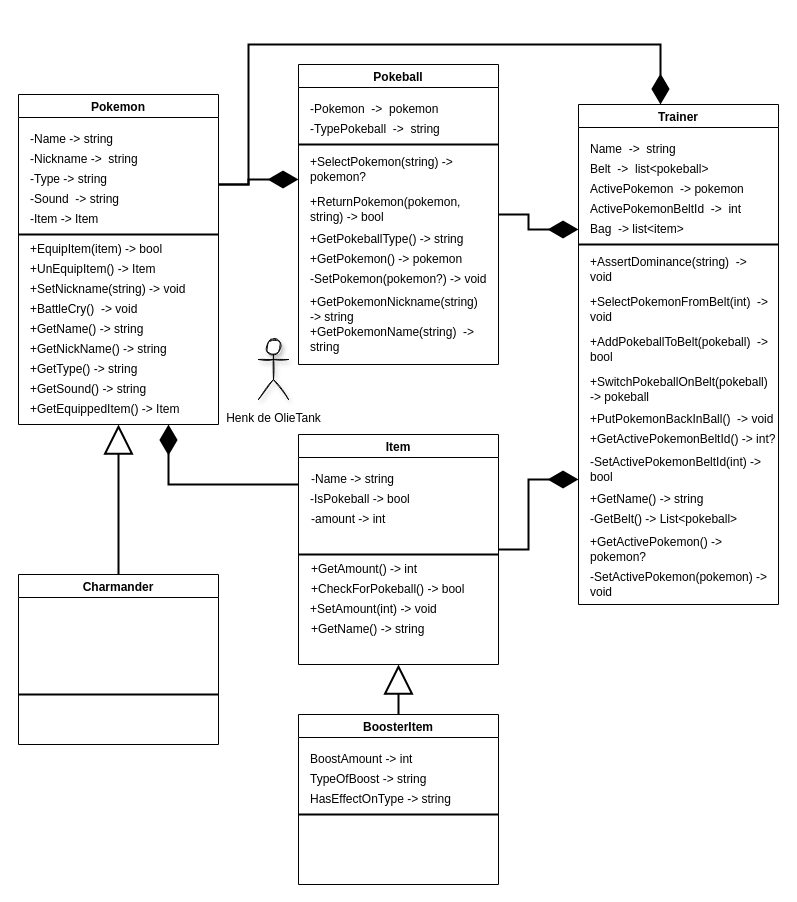
The draw.io diagram Pokemon-Battle-Sim/class diagram.drawio in oldmartijntje/Pokemon-Battle-Simulator, before the edit. Source tidied: cells renumbered, new cells numbered last; positions are measured from the earlier drawing's top-left corner, leaving out a move shared by most shapes. Both pictures are drawn from the tidied source at 100%, with x=0, y=0 at pixel (18, 44).
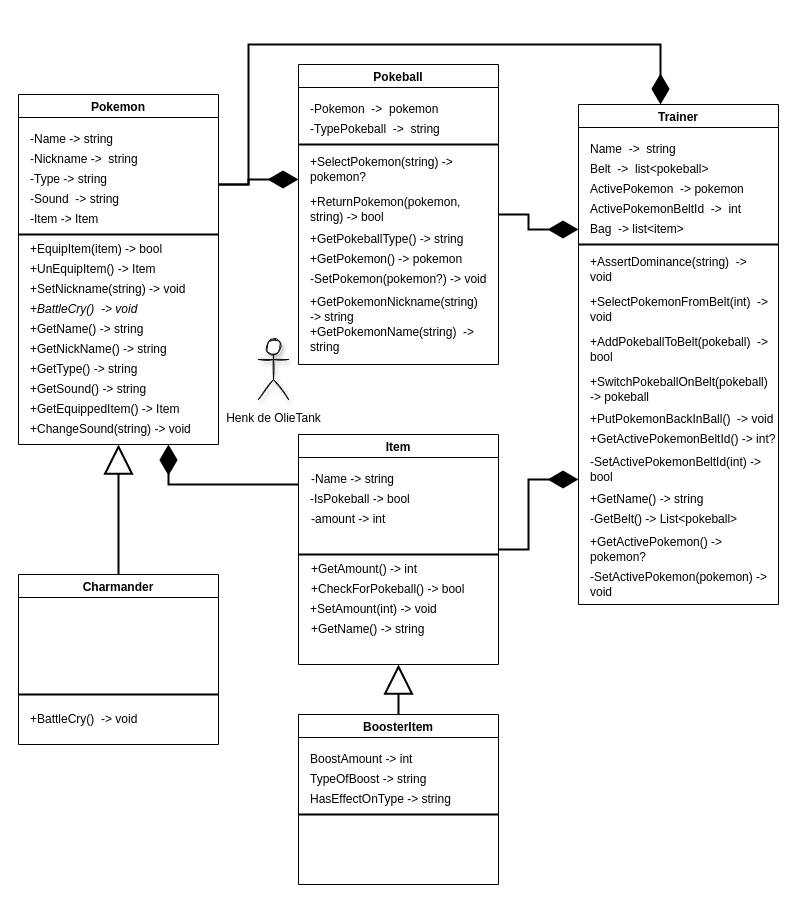
Above is the later version.

Unchanged cells that the change refers to:
```xml
<mxCell id="52" value="Charmander" style="swimlane;fillStyle=auto;fillColor=default;swimlaneFillColor=default;" parent="1" vertex="1">
  <mxGeometry y="530" width="200" height="170" as="geometry" />
</mxCell>
```

Change to the diagram source:
```diff
@@
     <mxCell id="4" value="Pokemon" style="swimlane;fillStyle=auto;fillColor=default;swimlaneFillColor=default;" parent="1" vertex="1">
-      <mxGeometry y="50" width="200" height="330" as="geometry" />
+      <mxGeometry y="50" width="200" height="350" as="geometry" />
     </mxCell>
@@
-    <mxCell id="11" value="+BattleCry()&amp;nbsp;&lt;span style=&quot;&quot;&gt;&amp;nbsp;-&amp;gt; void&lt;/span&gt;" style="text;html=1;align=left;verticalAlign=middle;strokeColor=none;fillColor=none;" parent="4" vertex="1">
-      <mxGeometry x="10" y="200" width="130" height="30" as="geometry" />
-    </mxCell>
@@
+    <mxCell id="71" value="&lt;i&gt;+BattleCry()&amp;nbsp;&amp;nbsp;-&amp;gt; void&lt;/i&gt;" style="text;html=1;align=left;verticalAlign=middle;strokeColor=none;fillColor=none;" parent="4" vertex="1">
+      <mxGeometry x="10" y="200" width="130" height="30" as="geometry" />
+    </mxCell>
+    <mxCell id="72" value="+ChangeSound(string) -&amp;gt; void" style="text;html=1;strokeColor=none;fillColor=none;align=left;verticalAlign=middle;whiteSpace=wrap;rounded=0;fillStyle=auto;" parent="4" vertex="1">
+      <mxGeometry x="10" y="320" width="180" height="30" as="geometry" />
+    </mxCell>
@@
+    <mxCell id="11" value="+BattleCry()&amp;nbsp;&lt;span style=&quot;&quot;&gt;&amp;nbsp;-&amp;gt; void&lt;/span&gt;" style="text;html=1;align=left;verticalAlign=middle;strokeColor=none;fillColor=none;" parent="52" vertex="1">
+      <mxGeometry x="10" y="130" width="130" height="30" as="geometry" />
+    </mxCell>
```
